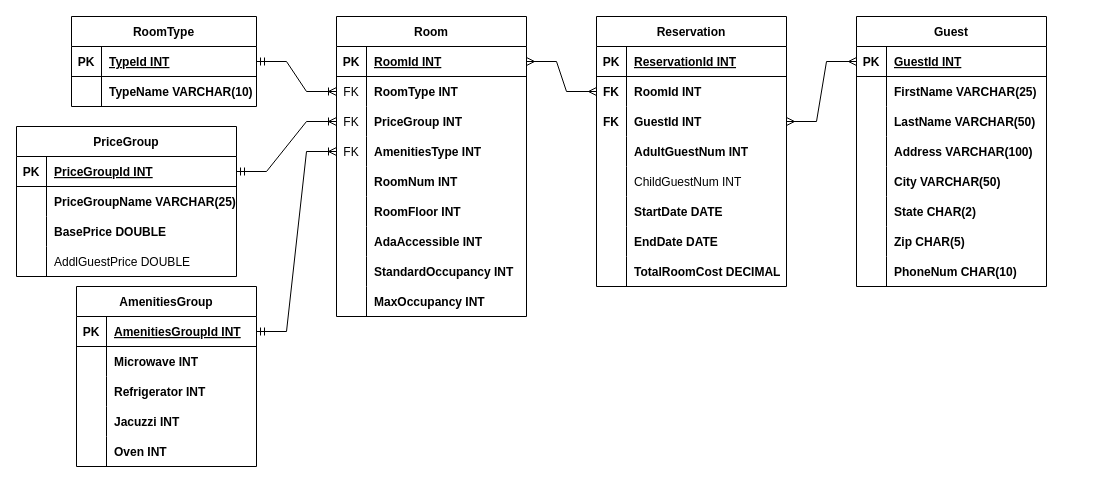
The-Software-Guild/data-management-assessment-hotel-schema-cbowe89 keeps this draw.io diagram as Data Files/CourtneyBowe-HotelERD.drawio. Above is the earlier version. Source tidied: cells renumbered, new cells numbered last; positions are measured from the earlier drawing's top-left corner, leaving out a move shared by most shapes. Both pictures are drawn from the tidied source at 100%, with x=0, y=0 at pixel (16, 16).
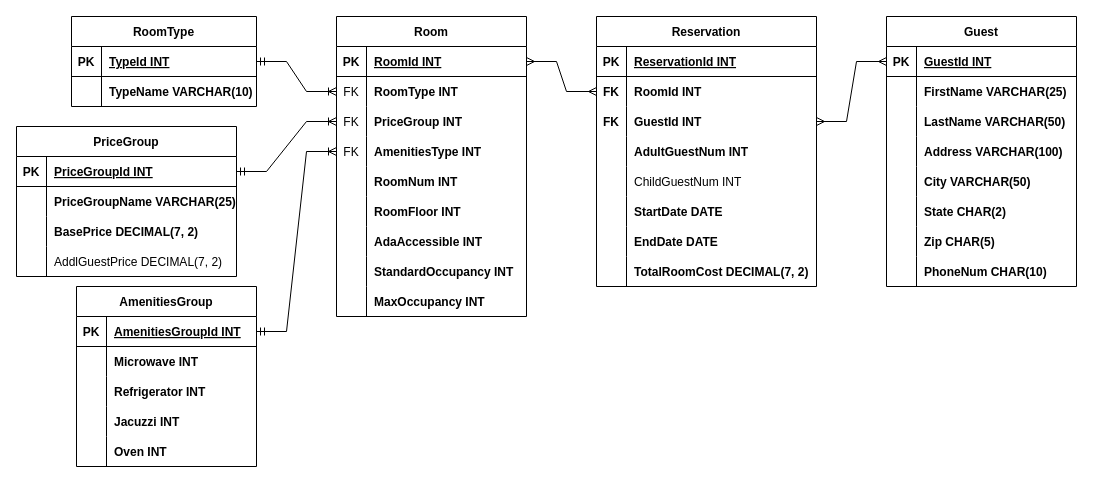
Above is the later version.

Commit message (it also covers changes not shown here):
Corrected ERD

Unchanged cells that the change refers to:
```xml
<mxCell id="44" style="shape=tableRow;horizontal=0;startSize=0;swimlaneHead=0;swimlaneBody=0;fillColor=none;top=0;left=0;right=0;bottom=0;" parent="37" vertex="1">
  <mxGeometry y="90" width="220" height="30" as="geometry" />
</mxCell>
<mxCell id="47" style="shape=tableRow;horizontal=0;startSize=0;swimlaneHead=0;swimlaneBody=0;fillColor=none;top=0;left=0;right=0;bottom=0;" parent="37" vertex="1">
  <mxGeometry y="120" width="220" height="30" as="geometry" />
</mxCell>
```

Change to the diagram source:
```diff
@@
-    <mxCell id="46" value="BasePrice DOUBLE" style="shape=partialRectangle;fillColor=none;top=0;left=0;bottom=0;right=0;align=left;spacingLeft=6;overflow=hidden;fontStyle=1;" parent="44" vertex="1">
+    <mxCell id="46" value="BasePrice DECIMAL(7, 2)" style="shape=partialRectangle;fillColor=none;top=0;left=0;bottom=0;right=0;align=left;spacingLeft=6;overflow=hidden;fontStyle=1;" parent="44" vertex="1">
       <mxGeometry x="30" width="190" height="30" as="geometry" />
     </mxCell>
@@
-    <mxCell id="49" value="AddlGuestPrice DOUBLE" style="shape=partialRectangle;fillColor=none;top=0;left=0;bottom=0;right=0;align=left;spacingLeft=6;overflow=hidden;fontStyle=0;" parent="47" vertex="1">
+    <mxCell id="49" value="AddlGuestPrice DECIMAL(7, 2)" style="shape=partialRectangle;fillColor=none;top=0;left=0;bottom=0;right=0;align=left;spacingLeft=6;overflow=hidden;fontStyle=0;" parent="47" vertex="1">
       <mxGeometry x="30" width="190" height="30" as="geometry" />
     </mxCell>
     <mxCell id="50" value="Guest" style="shape=table;startSize=30;childLayout=tableLayout;rowLines=0;fontStyle=1;align=center;" parent="1" vertex="1">
-      <mxGeometry x="840" width="190" height="270" as="geometry" />
+      <mxGeometry x="870" width="190" height="270" as="geometry" />
     </mxCell>
@@
     <mxCell id="75" value="Reservation" style="shape=table;startSize=30;childLayout=tableLayout;rowLines=0;fontStyle=1;align=center;" parent="1" vertex="1">
-      <mxGeometry x="580" width="190" height="270" as="geometry" />
+      <mxGeometry x="580" width="220" height="270" as="geometry" />
     </mxCell>
     <mxCell id="76" style="shape=tableRow;horizontal=0;startSize=0;swimlaneHead=0;swimlaneBody=0;fillColor=none;top=0;left=0;right=0;bottom=1;" parent="75" vertex="1">
-      <mxGeometry y="30" width="190" height="30" as="geometry" />
+      <mxGeometry y="30" width="220" height="30" as="geometry" />
     </mxCell>
@@
     <mxCell id="78" value="ReservationId INT" style="shape=partialRectangle;fillColor=none;top=0;left=0;bottom=0;right=0;align=left;spacingLeft=6;fontStyle=5;overflow=hidden;" parent="76" vertex="1">
-      <mxGeometry x="30" width="160" height="30" as="geometry" />
+      <mxGeometry x="30" width="190" height="30" as="geometry" />
     </mxCell>
     <mxCell id="79" style="shape=tableRow;horizontal=0;startSize=0;swimlaneHead=0;swimlaneBody=0;fillColor=none;points=[[0,0.5],[1,0.5]];portConstraint=eastwest;top=0;left=0;right=0;bottom=0;" parent="75" vertex="1">
-      <mxGeometry y="60" width="190" height="30" as="geometry" />
+      <mxGeometry y="60" width="220" height="30" as="geometry" />
     </mxCell>
@@
     <mxCell id="81" value="RoomId INT" style="shape=partialRectangle;fillColor=none;top=0;left=0;bottom=0;right=0;align=left;spacingLeft=6;overflow=hidden;fontStyle=1;" parent="79" vertex="1">
-      <mxGeometry x="30" width="160" height="30" as="geometry" />
+      <mxGeometry x="30" width="190" height="30" as="geometry" />
     </mxCell>
     <mxCell id="82" style="shape=tableRow;horizontal=0;startSize=0;swimlaneHead=0;swimlaneBody=0;fillColor=none;points=[[0,0.5],[1,0.5]];portConstraint=eastwest;top=0;left=0;right=0;bottom=0;" parent="75" vertex="1">
-      <mxGeometry y="90" width="190" height="30" as="geometry" />
+      <mxGeometry y="90" width="220" height="30" as="geometry" />
     </mxCell>
@@
     <mxCell id="84" value="GuestId INT" style="shape=partialRectangle;fillColor=none;top=0;left=0;bottom=0;right=0;align=left;spacingLeft=6;overflow=hidden;fontStyle=1;" parent="82" vertex="1">
-      <mxGeometry x="30" width="160" height="30" as="geometry" />
+      <mxGeometry x="30" width="190" height="30" as="geometry" />
     </mxCell>
     <mxCell id="85" style="shape=tableRow;horizontal=0;startSize=0;swimlaneHead=0;swimlaneBody=0;fillColor=none;top=0;left=0;right=0;bottom=0;" parent="75" vertex="1">
-      <mxGeometry y="120" width="190" height="30" as="geometry" />
+      <mxGeometry y="120" width="220" height="30" as="geometry" />
     </mxCell>
@@
     <mxCell id="87" value="AdultGuestNum INT" style="shape=partialRectangle;fillColor=none;top=0;left=0;bottom=0;right=0;align=left;spacingLeft=6;overflow=hidden;fontStyle=1;" parent="85" vertex="1">
-      <mxGeometry x="30" width="160" height="30" as="geometry" />
+      <mxGeometry x="30" width="190" height="30" as="geometry" />
     </mxCell>
     <mxCell id="88" style="shape=tableRow;horizontal=0;startSize=0;swimlaneHead=0;swimlaneBody=0;fillColor=none;top=0;left=0;right=0;bottom=0;" parent="75" vertex="1">
-      <mxGeometry y="150" width="190" height="30" as="geometry" />
+      <mxGeometry y="150" width="220" height="30" as="geometry" />
     </mxCell>
@@
     <mxCell id="90" value="ChildGuestNum INT" style="shape=partialRectangle;fillColor=none;top=0;left=0;bottom=0;right=0;align=left;spacingLeft=6;overflow=hidden;fontStyle=0;" parent="88" vertex="1">
-      <mxGeometry x="30" width="160" height="30" as="geometry" />
+      <mxGeometry x="30" width="190" height="30" as="geometry" />
     </mxCell>
     <mxCell id="91" style="shape=tableRow;horizontal=0;startSize=0;swimlaneHead=0;swimlaneBody=0;fillColor=none;top=0;left=0;right=0;bottom=0;" parent="75" vertex="1">
-      <mxGeometry y="180" width="190" height="30" as="geometry" />
+      <mxGeometry y="180" width="220" height="30" as="geometry" />
     </mxCell>
@@
     <mxCell id="93" value="StartDate DATE" style="shape=partialRectangle;fillColor=none;top=0;left=0;bottom=0;right=0;align=left;spacingLeft=6;overflow=hidden;fontStyle=1;" parent="91" vertex="1">
-      <mxGeometry x="30" width="160" height="30" as="geometry" />
+      <mxGeometry x="30" width="190" height="30" as="geometry" />
     </mxCell>
     <mxCell id="94" style="shape=tableRow;horizontal=0;startSize=0;swimlaneHead=0;swimlaneBody=0;fillColor=none;top=0;left=0;right=0;bottom=0;" parent="75" vertex="1">
-      <mxGeometry y="210" width="190" height="30" as="geometry" />
+      <mxGeometry y="210" width="220" height="30" as="geometry" />
     </mxCell>
@@
     <mxCell id="96" value="EndDate DATE" style="shape=partialRectangle;fillColor=none;top=0;left=0;bottom=0;right=0;align=left;spacingLeft=6;overflow=hidden;fontStyle=1;" parent="94" vertex="1">
-      <mxGeometry x="30" width="160" height="30" as="geometry" />
+      <mxGeometry x="30" width="190" height="30" as="geometry" />
     </mxCell>
     <mxCell id="97" style="shape=tableRow;horizontal=0;startSize=0;swimlaneHead=0;swimlaneBody=0;fillColor=none;top=0;left=0;right=0;bottom=0;" parent="75" vertex="1">
-      <mxGeometry y="240" width="190" height="30" as="geometry" />
+      <mxGeometry y="240" width="220" height="30" as="geometry" />
     </mxCell>
@@
-    <mxCell id="99" value="TotalRoomCost DECIMAL" style="shape=partialRectangle;fillColor=none;top=0;left=0;bottom=0;right=0;align=left;spacingLeft=6;overflow=hidden;fontStyle=1;" parent="97" vertex="1">
-      <mxGeometry x="30" width="160" height="30" as="geometry" />
+    <mxCell id="99" value="TotalRoomCost DECIMAL(7, 2)" style="shape=partialRectangle;fillColor=none;top=0;left=0;bottom=0;right=0;align=left;spacingLeft=6;overflow=hidden;fontStyle=1;" parent="97" vertex="1">
+      <mxGeometry x="30" width="190" height="30" as="geometry" />
     </mxCell>
```
